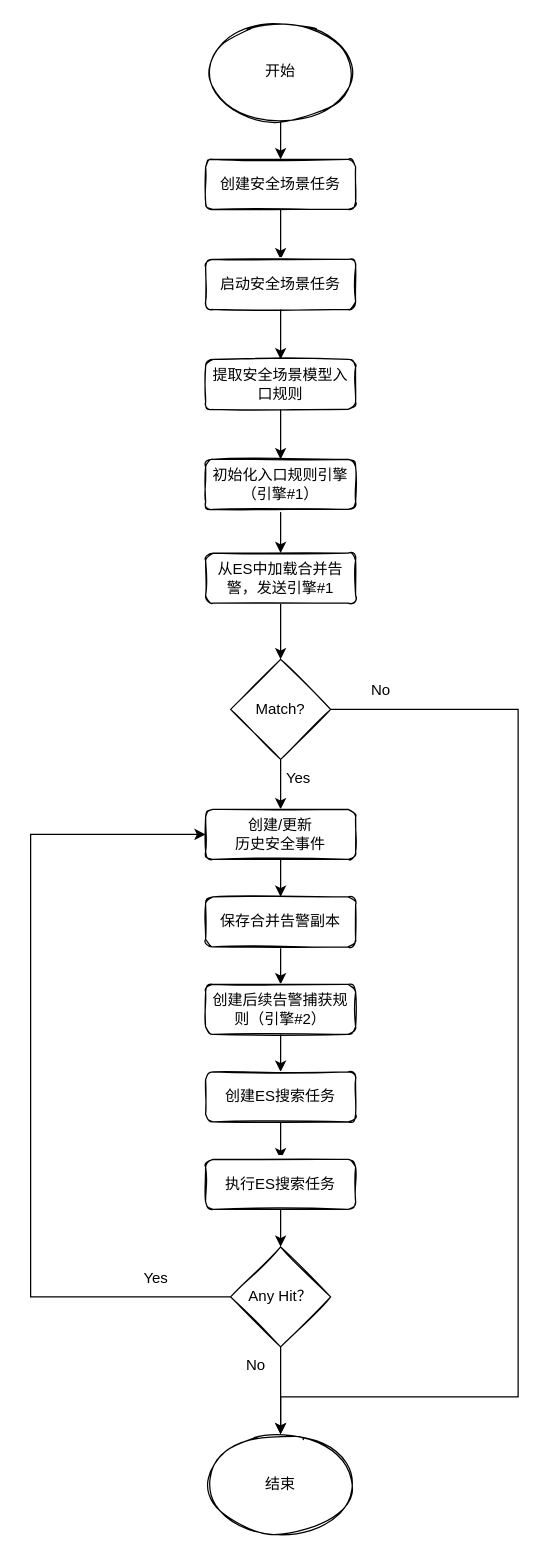
Earlier version of the draw.io diagram 安全事件历史任务.drawio (popvlovs/popvlovs-repository). Source tidied: cells renumbered, new cells numbered last; positions are measured from the earlier drawing's top-left corner, leaving out a move shared by most shapes. Both pictures are drawn from the tidied source at 125%, with x=0, y=0 at pixel (30, 21).
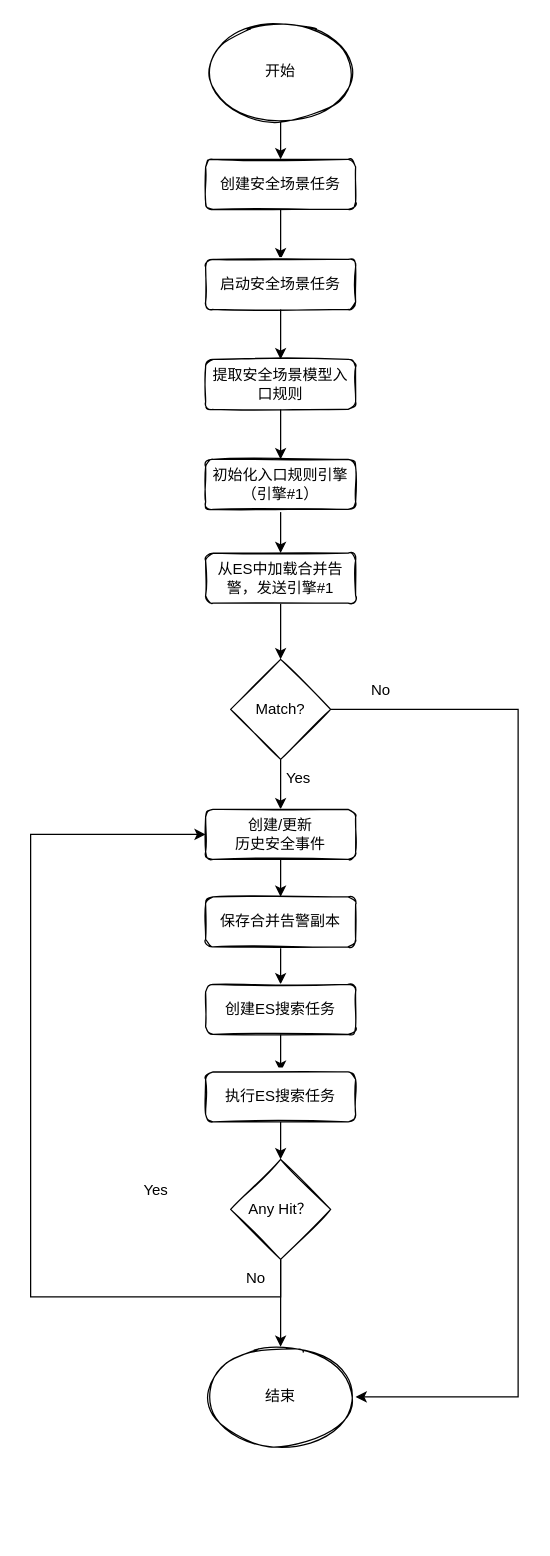
After the change.

Commit message (it also covers changes not shown here):
更新安全事件历史任务.drawio

Unchanged cells that the change refers to:
```xml
<mxCell id="20" value="保存合并告警副本" style="rounded=1;whiteSpace=wrap;html=1;fontSize=12;glass=0;strokeWidth=1;shadow=0;sketch=1;" parent="1" vertex="1">
  <mxGeometry x="140" y="700" width="120" height="40" as="geometry" />
</mxCell>
```

What changed in the source:
```diff
@@
-    <mxCell id="19" style="edgeStyle=orthogonalEdgeStyle;rounded=0;jettySize=auto;html=1;" parent="1" edge="1" source="20" target="22">
+    <mxCell id="19" style="edgeStyle=orthogonalEdgeStyle;rounded=0;jettySize=auto;html=1;" parent="1" edge="1" source="20" target="24">
       <mxGeometry relative="1" as="geometry" />
     </mxCell>
@@
-    <mxCell id="21" style="edgeStyle=orthogonalEdgeStyle;rounded=0;jettySize=auto;html=1;" parent="1" edge="1" source="22" target="24">
-      <mxGeometry relative="1" as="geometry" />
-    </mxCell>
-    <mxCell id="22" value="创建后续告警捕获规则（引擎#2）" style="rounded=1;whiteSpace=wrap;html=1;fontSize=12;glass=0;strokeWidth=1;shadow=0;sketch=1;" parent="1" vertex="1">
-      <mxGeometry x="140" y="770" width="120" height="40" as="geometry" />
-    </mxCell>
@@
     <mxCell id="24" value="创建ES搜索任务" style="rounded=1;whiteSpace=wrap;html=1;fontSize=12;glass=0;strokeWidth=1;shadow=0;sketch=1;" parent="1" vertex="1">
-      <mxGeometry x="140" y="840" width="120" height="40" as="geometry" />
+      <mxGeometry x="140" y="770" width="120" height="40" as="geometry" />
     </mxCell>
@@
     <mxCell id="26" value="执行ES搜索任务" style="rounded=1;whiteSpace=wrap;html=1;fontSize=12;glass=0;strokeWidth=1;shadow=0;sketch=1;" parent="1" vertex="1">
-      <mxGeometry x="140" y="910" width="120" height="40" as="geometry" />
+      <mxGeometry x="140" y="840" width="120" height="40" as="geometry" />
     </mxCell>
     <mxCell id="27" style="edgeStyle=orthogonalEdgeStyle;rounded=0;jettySize=auto;html=1;" parent="1" edge="1" source="29" target="32">
       <mxGeometry relative="1" as="geometry">
         <Array as="points">
-          <mxPoint x="200" y="1150" />
-          <mxPoint x="200" y="1150" />
+          <mxPoint x="200" y="1080" />
+          <mxPoint x="200" y="1080" />
         </Array>
       </mxGeometry>
     </mxCell>
@@
     <mxCell id="29" value="Any Hit？" style="rhombus;whiteSpace=wrap;html=1;sketch=1;" parent="1" vertex="1">
-      <mxGeometry x="160" y="980" width="80" height="80" as="geometry" />
+      <mxGeometry x="160" y="910" width="80" height="80" as="geometry" />
     </mxCell>
@@
     <mxCell id="32" value="结束" style="ellipse;whiteSpace=wrap;html=1;sketch=1;" parent="1" vertex="1">
-      <mxGeometry x="140" y="1130" width="120" height="80" as="geometry" />
+      <mxGeometry x="140" y="1060" width="120" height="80" as="geometry" />
     </mxCell>
     <mxCell id="33" value="No" style="text;html=1;align=center;verticalAlign=middle;strokeColor=none;fillColor=none;" parent="1" vertex="1">
-      <mxGeometry x="160" y="1060" width="40" height="30" as="geometry" />
+      <mxGeometry x="160" y="990" width="40" height="30" as="geometry" />
     </mxCell>
     <mxCell id="34" value="Yes" style="text;html=1;align=center;verticalAlign=middle;strokeColor=none;fillColor=none;" parent="1" vertex="1">
-      <mxGeometry x="80" y="990" width="40" height="30" as="geometry" />
+      <mxGeometry x="80" y="920" width="40" height="30" as="geometry" />
     </mxCell>
```
